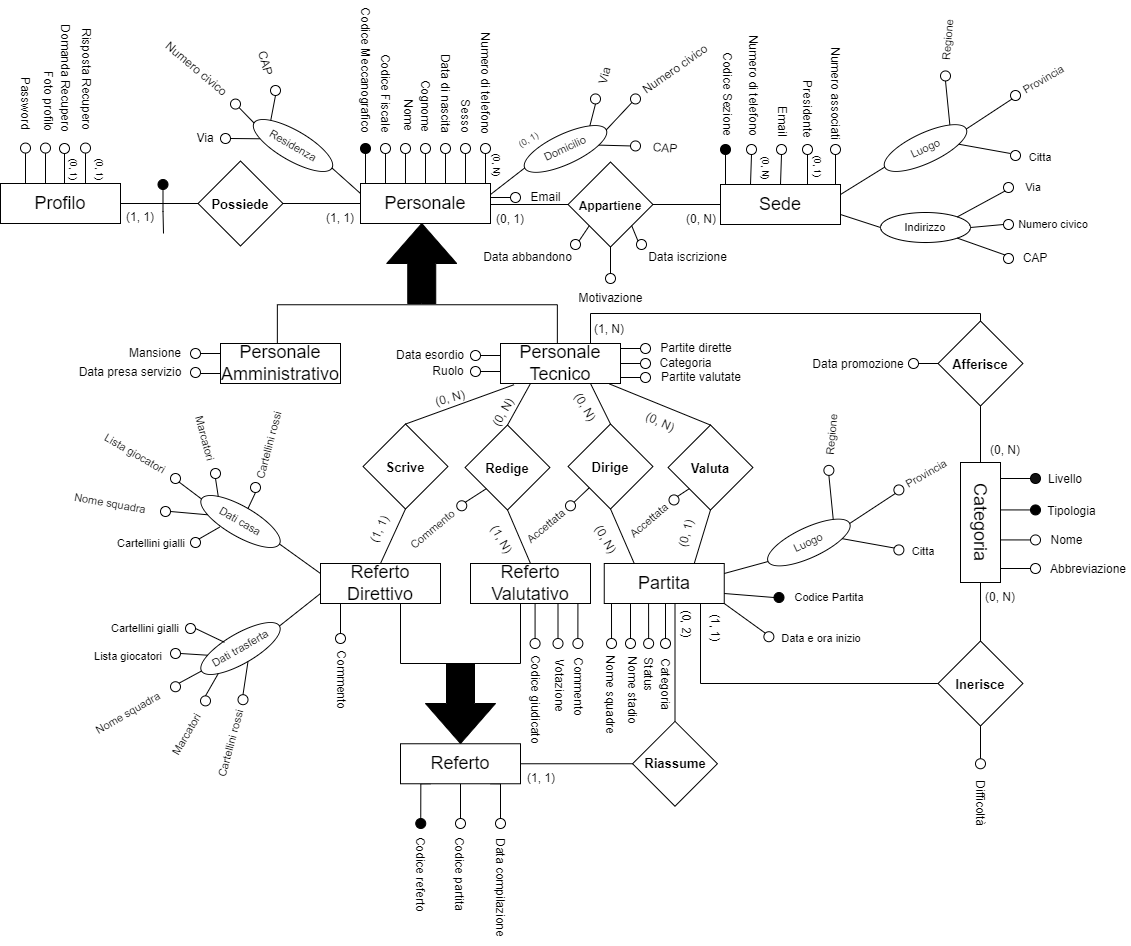
The draw.io diagram ERDiagram/WhistleER.drawio.png in savernike/DiagramsSet, before a commit. Source tidied: cells renumbered, new cells last; positions are measured from the earlier drawing's top-left corner, leaving out a move shared by most shapes.
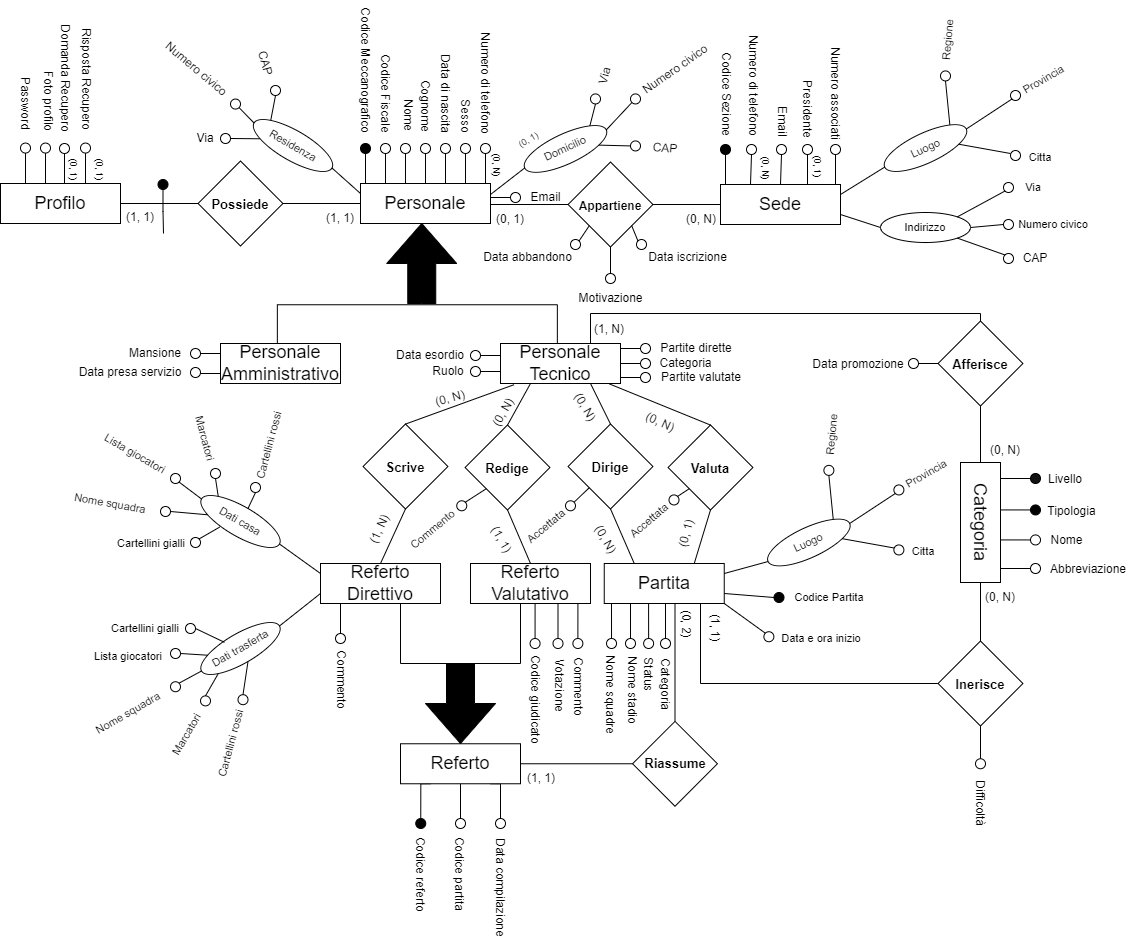
After the change.

Commit message:
Scambio cardinalità relazioni dei referti

Diff of the diagram source:
```diff
@@ -784,7 +784,7 @@
     <mxCell id="255" value="(0, N)" style="text;strokeColor=none;align=center;fillColor=none;html=1;verticalAlign=middle;whiteSpace=wrap;rounded=0;rotation=-15;" parent="1" vertex="1">
       <mxGeometry x="442" y="359" width="40" height="30" as="geometry" />
     </mxCell>
-    <mxCell id="256" value="(1, 1)" style="text;strokeColor=none;align=center;fillColor=none;html=1;verticalAlign=middle;whiteSpace=wrap;rounded=0;rotation=-65;" parent="1" vertex="1">
+    <mxCell id="256" value="(1, N)" style="text;strokeColor=none;align=center;fillColor=none;html=1;verticalAlign=middle;whiteSpace=wrap;rounded=0;rotation=-65;" parent="1" vertex="1">
       <mxGeometry x="371.5" y="490.4" width="40" height="30" as="geometry" />
     </mxCell>
     <mxCell id="257" value="(0, N)" style="text;strokeColor=none;align=center;fillColor=none;html=1;verticalAlign=middle;whiteSpace=wrap;rounded=0;rotation=-60;" parent="1" vertex="1">
@@ -796,7 +796,7 @@
     <mxCell id="259" value="(0, N)" style="text;strokeColor=none;align=center;fillColor=none;html=1;verticalAlign=middle;whiteSpace=wrap;rounded=0;rotation=25;" parent="1" vertex="1">
       <mxGeometry x="652" y="383" width="40" height="30" as="geometry" />
     </mxCell>
-    <mxCell id="260" value="(1, N)" style="text;strokeColor=none;align=center;fillColor=none;html=1;verticalAlign=middle;whiteSpace=wrap;rounded=0;rotation=60;" parent="1" vertex="1">
+    <mxCell id="260" value="(1, 1)" style="text;strokeColor=none;align=center;fillColor=none;html=1;verticalAlign=middle;whiteSpace=wrap;rounded=0;rotation=60;" parent="1" vertex="1">
       <mxGeometry x="492.9" y="500.4" width="40" height="30" as="geometry" />
     </mxCell>
     <mxCell id="261" value="(0, N)" style="text;strokeColor=none;align=center;fillColor=none;html=1;verticalAlign=middle;whiteSpace=wrap;rounded=0;rotation=60;" parent="1" vertex="1">
```
